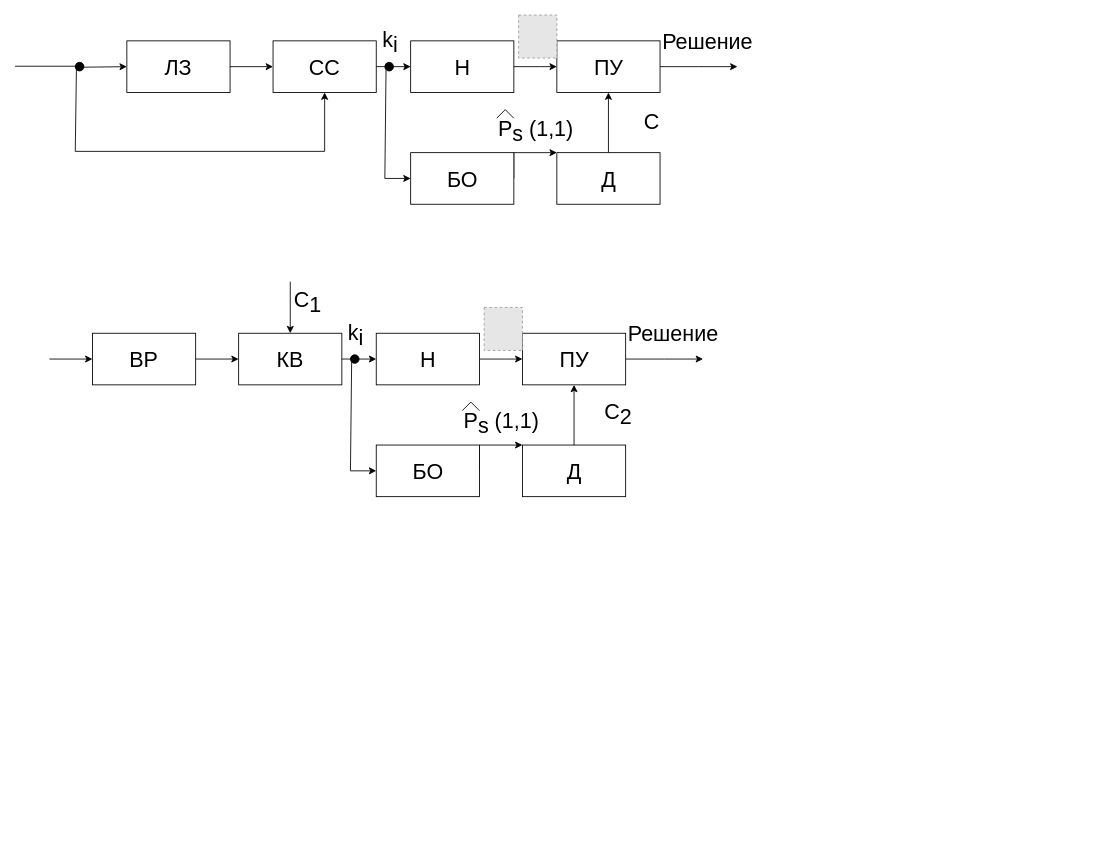
Above: Untitled Diagram.drawio in MneNeVidno/Projects (draw.io), before the change. Source tidied: cells renumbered, new cells numbered last; positions are measured from the earlier drawing's top-left corner, leaving out a move shared by most shapes. Both pictures are drawn from the tidied source at 86%, with x=0, y=0 at pixel (15, 15). Pictures stored in the file or linked from it are replaced by grey dashed boxes.
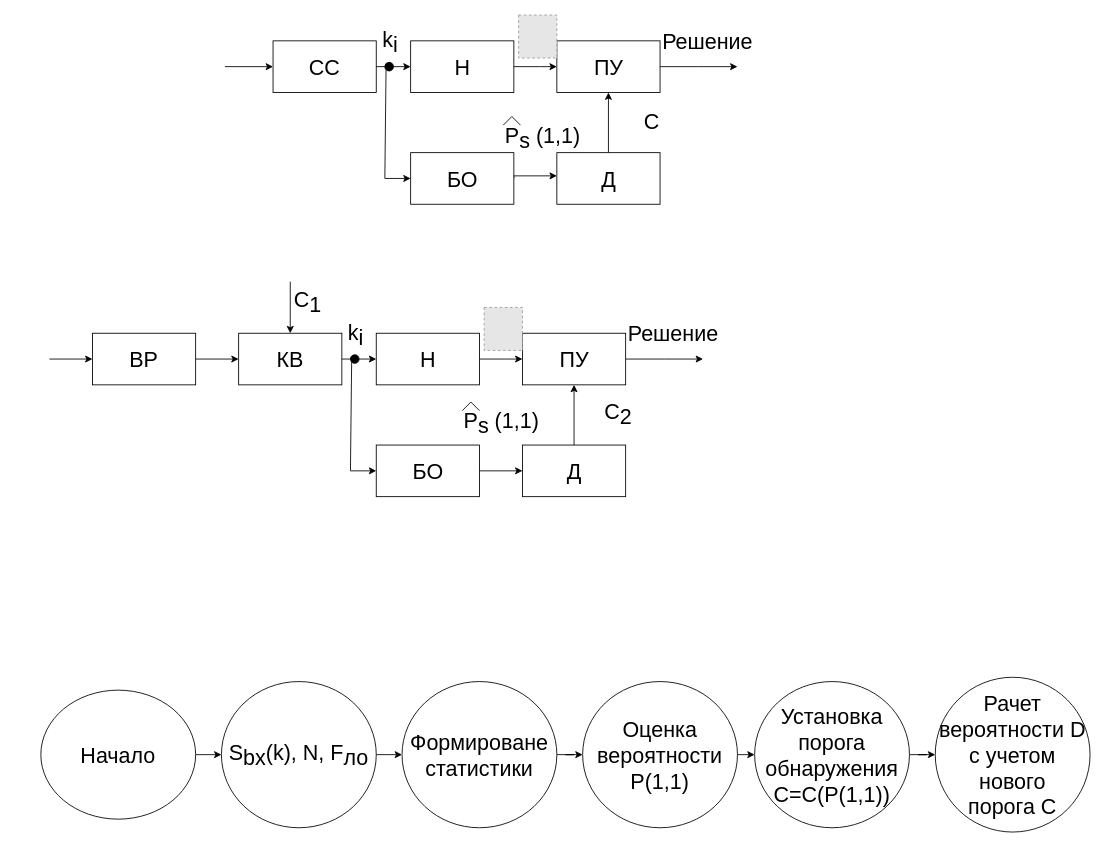
The same diagram, later.

Unchanged cells that the change refers to:
```xml
<mxCell id="4" value="&lt;font style=&quot;font-size: 25px;&quot;&gt;СС&lt;/font&gt;" style="rounded=0;whiteSpace=wrap;html=1;fontSize=25;" parent="1" vertex="1">
  <mxGeometry x="300" y="30" width="120" height="60" as="geometry" />
</mxCell>
<mxCell id="12" value="БО" style="rounded=0;html=1;fontSize=25;" parent="1" vertex="1">
  <mxGeometry x="460" y="160" width="120" height="60" as="geometry" />
</mxCell>
<mxCell id="36" value="Д" style="rounded=0;html=1;fontSize=25;" parent="1" vertex="1">
  <mxGeometry x="590" y="500" width="120" height="60" as="geometry" />
</mxCell>
<mxCell id="38" value="БО" style="rounded=0;html=1;fontSize=25;" parent="1" vertex="1">
  <mxGeometry x="420" y="500" width="120" height="60" as="geometry" />
</mxCell>
```

The edit, as a diff of the source:
```diff
@@
-    <mxCell id="2" style="edgeStyle=orthogonalEdgeStyle;rounded=0;jettySize=auto;html=1;exitX=1;exitY=0.5;exitDx=0;exitDy=0;entryX=0;entryY=0.5;entryDx=0;entryDy=0;fontSize=25;" parent="1" edge="1" source="3" target="4">
-      <mxGeometry relative="1" as="geometry" />
-    </mxCell>
-    <mxCell id="3" value="ЛЗ" style="rounded=0;whiteSpace=wrap;html=1;fontSize=25;" parent="1" vertex="1">
-      <mxGeometry x="130" y="30" width="120" height="60" as="geometry" />
-    </mxCell>
@@
     <mxCell id="11" style="edgeStyle=orthogonalEdgeStyle;rounded=0;jettySize=auto;html=1;exitX=1;exitY=0.5;exitDx=0;exitDy=0;fontSize=25;" parent="1" edge="1" source="12">
       <mxGeometry relative="1" as="geometry">
-        <mxPoint x="630" y="160" as="targetPoint" />
+        <mxPoint x="630" y="187" as="targetPoint" />
         <Array as="points">
-          <mxPoint x="580" y="160" />
-          <mxPoint x="630" y="160" />
+          <mxPoint x="580" y="187" />
+          <mxPoint x="630" y="187" />
         </Array>
       </mxGeometry>
     </mxCell>
@@
-    <mxCell id="13" style="endArrow=none;html=1;rounded=0;fontSize=25;" parent="1" edge="1">
-      <mxGeometry relative="1" as="geometry">
-        <mxPoint y="59.5" as="sourcePoint" />
-        <mxPoint x="80" y="59.5" as="targetPoint" />
-      </mxGeometry>
-    </mxCell>
-    <mxCell id="14" style="endArrow=classic;html=1;rounded=0;entryX=0;entryY=0.5;entryDx=0;entryDy=0;fontSize=25;" parent="1" edge="1" source="16" target="3">
-      <mxGeometry relative="1" as="geometry" />
-    </mxCell>
-    <mxCell id="15" style="endArrow=classic;html=1;rounded=0;entryX=0;entryY=0.5;entryDx=0;entryDy=0;fontSize=25;" parent="1" edge="1" target="16">
-      <mxGeometry relative="1" as="geometry">
-        <mxPoint x="80" y="60" as="sourcePoint" />
-      </mxGeometry>
-    </mxCell>
-    <mxCell id="16" style="ellipse;whiteSpace=wrap;html=1;fontSize=25;fillColor=#000000;" parent="1" vertex="1">
-      <mxGeometry x="70" y="55" width="10" height="10" as="geometry" />
-    </mxCell>
-    <mxCell id="17" style="endArrow=classic;html=1;rounded=0;entryX=0.5;entryY=1;entryDx=0;entryDy=0;exitX=0;exitY=0;exitDx=0;exitDy=0;fontSize=25;" parent="1" edge="1" source="16" target="4">
-      <mxGeometry relative="1" as="geometry">
-        <Array as="points">
-          <mxPoint x="70" y="158.5" />
-          <mxPoint x="360" y="158.5" />
-        </Array>
-      </mxGeometry>
-    </mxCell>
@@
-    <mxCell id="24" value="&lt;span style=&quot;font-size: 25px; font-family: &amp;quot;Cambria Math&amp;quot;; font-weight: normal; font-style: normal;&quot;&gt;P&lt;/span&gt;&lt;span style=&quot;font-family: &amp;quot;Cambria Math&amp;quot;; font-weight: normal; font-style: normal; font-size: 25px;&quot;&gt;&lt;sub style=&quot;font-size: 25px;&quot;&gt;s&lt;/sub&gt;&lt;/span&gt;&lt;span style=&quot;font-size: 25px; font-family: &amp;quot;Cambria Math&amp;quot;; font-weight: normal; font-style: normal;&quot;&gt;&amp;nbsp;&lt;/span&gt;&lt;span style=&quot;font-size: 25px; font-family: &amp;quot;Cambria Math&amp;quot;; font-style: normal;&quot;&gt;(1,1)&lt;/span&gt;" style="text;whiteSpace=wrap;html=1;fontSize=25;" parent="1" vertex="1">
-      <mxGeometry x="560" y="110" width="80" height="40" as="geometry" />
-    </mxCell>
-    <mxCell id="25" style="endArrow=none;html=1;rounded=0;fontSize=25;" parent="1" edge="1">
-      <mxGeometry relative="1" as="geometry">
-        <mxPoint x="560" y="120" as="sourcePoint" />
-        <mxPoint x="570" y="110" as="targetPoint" />
-      </mxGeometry>
-    </mxCell>
-    <mxCell id="26" style="endArrow=none;html=1;rounded=0;fontSize=25;" parent="1" edge="1">
-      <mxGeometry relative="1" as="geometry">
-        <mxPoint x="580" y="120" as="sourcePoint" />
-        <mxPoint x="570" y="110" as="targetPoint" />
-        <Array as="points">
-          <mxPoint x="580" y="120" />
-        </Array>
-      </mxGeometry>
-    </mxCell>
@@
-    <mxCell id="37" style="edgeStyle=orthogonalEdgeStyle;rounded=0;jettySize=auto;html=1;exitX=1;exitY=0.5;exitDx=0;exitDy=0;fontSize=25;" parent="1" edge="1" source="38">
-      <mxGeometry relative="1" as="geometry">
-        <mxPoint x="590" y="500" as="targetPoint" />
-        <Array as="points">
-          <mxPoint x="540" y="500" />
-          <mxPoint x="590" y="500" />
-        </Array>
-      </mxGeometry>
-    </mxCell>
+    <mxCell id="52" style="edgeStyle=orthogonalEdgeStyle;rounded=0;jettySize=auto;html=1;exitX=1;exitY=0.5;exitDx=0;exitDy=0;entryX=0;entryY=0.5;entryDx=0;entryDy=0;" parent="1" edge="1" source="38" target="36">
+      <mxGeometry relative="1" as="geometry" />
+    </mxCell>
@@
+    <mxCell id="53" style="edgeStyle=orthogonalEdgeStyle;rounded=0;jettySize=auto;html=1;exitX=1;exitY=0.5;exitDx=0;exitDy=0;entryX=0;entryY=0.5;entryDx=0;entryDy=0;fontSize=25;" parent="1" edge="1" source="54" target="56">
+      <mxGeometry relative="1" as="geometry" />
+    </mxCell>
+    <mxCell id="54" value="Начало" style="ellipse;whiteSpace=wrap;html=1;fontSize=25;" parent="1" vertex="1">
+      <mxGeometry x="30" y="785" width="180" height="150" as="geometry" />
+    </mxCell>
+    <mxCell id="55" style="edgeStyle=orthogonalEdgeStyle;rounded=0;jettySize=auto;html=1;exitX=1;exitY=0.5;exitDx=0;exitDy=0;entryX=0;entryY=0.5;entryDx=0;entryDy=0;fontSize=25;" parent="1" edge="1" source="56" target="58">
+      <mxGeometry relative="1" as="geometry" />
+    </mxCell>
+    <mxCell id="56" value="S&lt;sub style=&quot;font-size: 25px;&quot;&gt;bx&lt;/sub&gt;(k), N, F&lt;sub style=&quot;font-size: 25px;&quot;&gt;ло&lt;/sub&gt;" style="ellipse;whiteSpace=wrap;html=1;fontSize=25;" parent="1" vertex="1">
+      <mxGeometry x="240" y="775" width="180" height="170" as="geometry" />
+    </mxCell>
+    <mxCell id="57" style="edgeStyle=orthogonalEdgeStyle;rounded=0;jettySize=auto;html=1;exitX=1;exitY=0.5;exitDx=0;exitDy=0;fontSize=25;" parent="1" edge="1" source="58" target="60">
+      <mxGeometry relative="1" as="geometry" />
+    </mxCell>
+    <mxCell id="58" value="Формироване статистики" style="ellipse;whiteSpace=wrap;html=1;fontSize=25;" parent="1" vertex="1">
+      <mxGeometry x="450" y="775" width="180" height="170" as="geometry" />
+    </mxCell>
+    <mxCell id="59" style="edgeStyle=orthogonalEdgeStyle;rounded=0;jettySize=auto;html=1;exitX=1;exitY=0.5;exitDx=0;exitDy=0;entryX=0;entryY=0.5;entryDx=0;entryDy=0;fontSize=25;" parent="1" edge="1" source="60" target="62">
+      <mxGeometry relative="1" as="geometry" />
+    </mxCell>
+    <mxCell id="60" value="Оценка вероятности&lt;div style=&quot;font-size: 25px;&quot;&gt;P(1,1)&lt;/div&gt;" style="ellipse;whiteSpace=wrap;html=1;fontSize=25;" parent="1" vertex="1">
+      <mxGeometry x="660" y="775" width="180" height="170" as="geometry" />
+    </mxCell>
+    <mxCell id="61" style="edgeStyle=orthogonalEdgeStyle;rounded=0;jettySize=auto;html=1;exitX=1;exitY=0.5;exitDx=0;exitDy=0;fontSize=25;" parent="1" edge="1" source="62" target="63">
+      <mxGeometry relative="1" as="geometry" />
+    </mxCell>
+    <mxCell id="62" value="Установка порога&lt;div style=&quot;font-size: 25px;&quot;&gt;обнаружения&lt;/div&gt;&lt;div style=&quot;font-size: 25px;&quot;&gt;C=C(P(1,1))&lt;/div&gt;" style="ellipse;whiteSpace=wrap;html=1;fontSize=25;" parent="1" vertex="1">
+      <mxGeometry x="860" y="775" width="180" height="170" as="geometry" />
+    </mxCell>
+    <mxCell id="63" value="Рачет вероятности D&lt;div style=&quot;font-size: 25px;&quot;&gt;с учетом нового&lt;/div&gt;&lt;div style=&quot;font-size: 25px;&quot;&gt;порога C&lt;/div&gt;" style="ellipse;whiteSpace=wrap;html=1;fontSize=25;" parent="1" vertex="1">
+      <mxGeometry x="1070" y="770" width="180" height="180" as="geometry" />
+    </mxCell>
+    <mxCell id="64" style="endArrow=classic;html=1;rounded=0;entryX=0;entryY=0.5;entryDx=0;entryDy=0;" parent="1" edge="1" target="4">
+      <mxGeometry relative="1" as="geometry">
+        <mxPoint x="244" y="60" as="sourcePoint" />
+      </mxGeometry>
+    </mxCell>
+    <mxCell id="65" style="group;" parent="1" vertex="1">
+      <mxGeometry x="567.7" y="118" width="80" height="40" as="geometry" />
+    </mxCell>
+    <mxCell id="24" value="&lt;span style=&quot;font-size: 25px; font-family: &amp;quot;Cambria Math&amp;quot;; font-weight: normal; font-style: normal;&quot;&gt;P&lt;/span&gt;&lt;span style=&quot;font-family: &amp;quot;Cambria Math&amp;quot;; font-weight: normal; font-style: normal; font-size: 25px;&quot;&gt;&lt;sub style=&quot;font-size: 25px;&quot;&gt;s&lt;/sub&gt;&lt;/span&gt;&lt;span style=&quot;font-size: 25px; font-family: &amp;quot;Cambria Math&amp;quot;; font-weight: normal; font-style: normal;&quot;&gt;&amp;nbsp;&lt;/span&gt;&lt;span style=&quot;font-size: 25px; font-family: &amp;quot;Cambria Math&amp;quot;; font-style: normal;&quot;&gt;(1,1)&lt;/span&gt;" style="text;whiteSpace=wrap;html=1;fontSize=25;" parent="65" vertex="1">
+      <mxGeometry width="80" height="40" as="geometry" />
+    </mxCell>
+    <mxCell id="25" style="endArrow=none;html=1;rounded=0;fontSize=25;" parent="65" edge="1">
+      <mxGeometry relative="1" as="geometry">
+        <mxPoint y="10" as="sourcePoint" />
+        <mxPoint x="10" as="targetPoint" />
+      </mxGeometry>
+    </mxCell>
+    <mxCell id="26" style="endArrow=none;html=1;rounded=0;fontSize=25;" parent="65" edge="1">
+      <mxGeometry relative="1" as="geometry">
+        <mxPoint x="20" y="10" as="sourcePoint" />
+        <mxPoint x="10" as="targetPoint" />
+        <Array as="points">
+          <mxPoint x="20" y="10" />
+        </Array>
+      </mxGeometry>
+    </mxCell>
```
